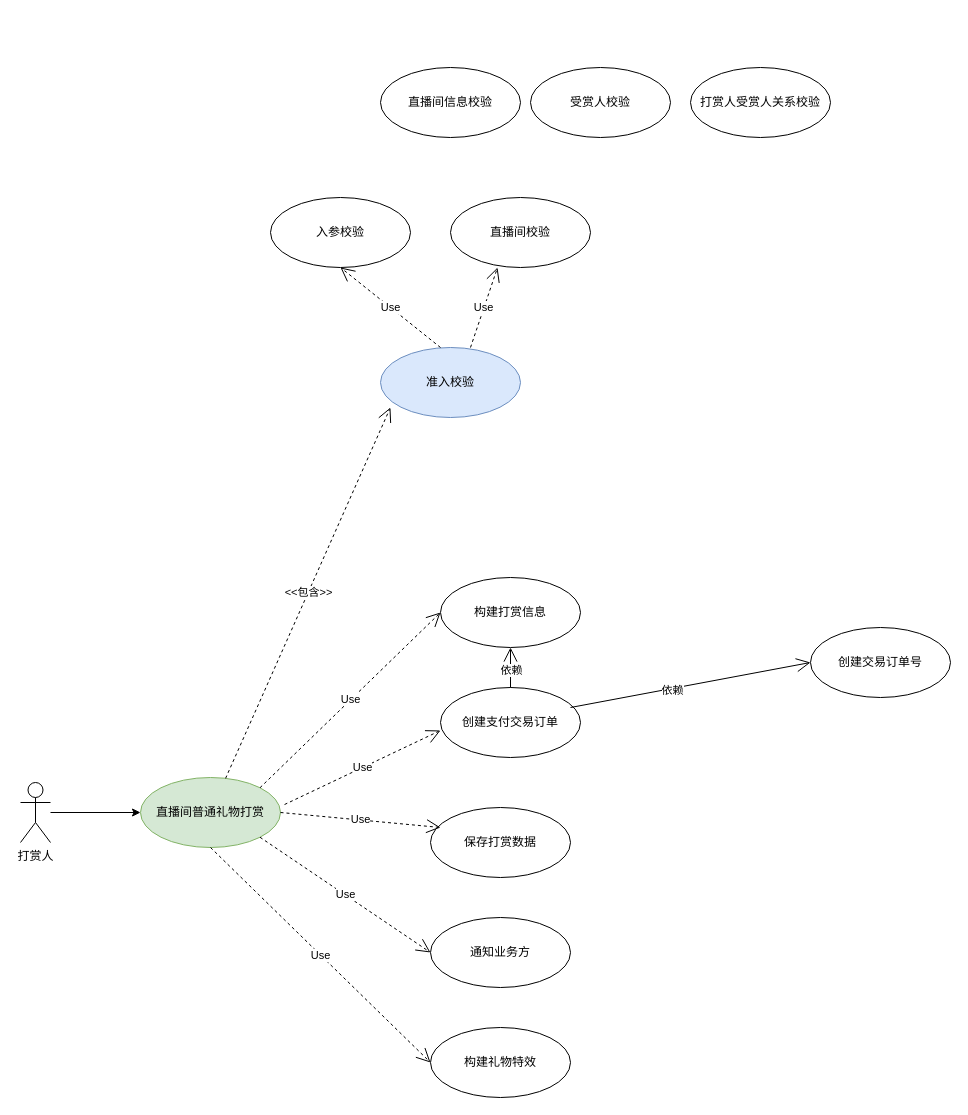
Before: reward_usecases.drawio in seuzxc/book, a draw.io diagram. Source tidied: cells renumbered, new cells numbered last; positions are measured from the earlier drawing's top-left corner, leaving out a move shared by most shapes. Both pictures are drawn from the tidied source at 100%, with x=0, y=0 at pixel (20, 67).
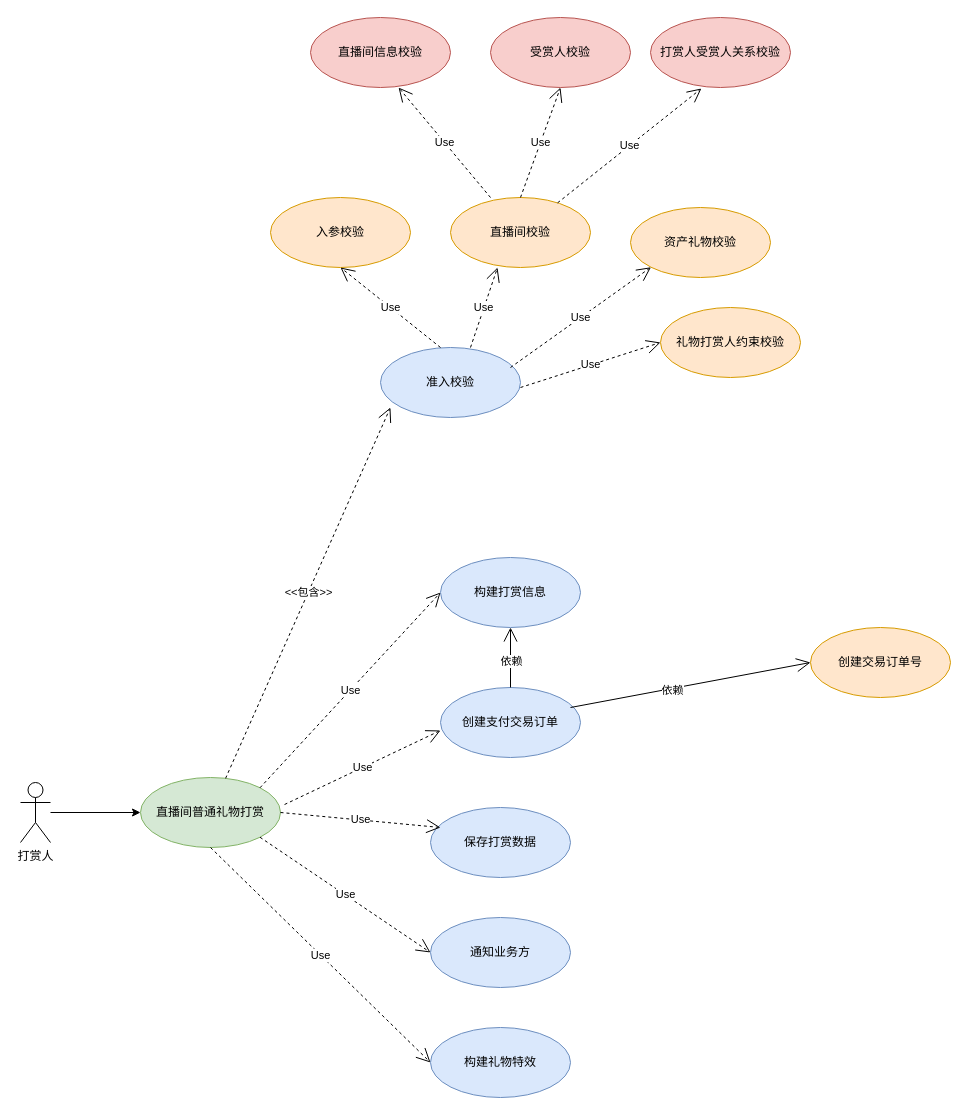
The same diagram, later.

Change to the diagram source:
```diff
@@
-    <mxCell id="7" value="构建打赏信息" style="ellipse;whiteSpace=wrap;html=1;" parent="1" vertex="1">
-      <mxGeometry x="420" y="510" width="140" height="70" as="geometry" />
+    <mxCell id="7" value="构建打赏信息" style="ellipse;whiteSpace=wrap;html=1;fillColor=#dae8fc;strokeColor=#6c8ebf;" parent="1" vertex="1">
+      <mxGeometry x="420" y="490" width="140" height="70" as="geometry" />
     </mxCell>
-    <mxCell id="8" value="创建支付交易订单" style="ellipse;whiteSpace=wrap;html=1;" parent="1" vertex="1">
+    <mxCell id="8" value="创建支付交易订单" style="ellipse;whiteSpace=wrap;html=1;fillColor=#dae8fc;strokeColor=#6c8ebf;" parent="1" vertex="1">
       <mxGeometry x="420" y="620" width="140" height="70" as="geometry" />
     </mxCell>
-    <mxCell id="9" value="保存打赏数据" style="ellipse;whiteSpace=wrap;html=1;" parent="1" vertex="1">
+    <mxCell id="9" value="保存打赏数据" style="ellipse;whiteSpace=wrap;html=1;fillColor=#dae8fc;strokeColor=#6c8ebf;" parent="1" vertex="1">
       <mxGeometry x="410" y="740" width="140" height="70" as="geometry" />
     </mxCell>
-    <mxCell id="10" value="构建礼物特效" style="ellipse;whiteSpace=wrap;html=1;" parent="1" vertex="1">
+    <mxCell id="10" value="构建礼物特效" style="ellipse;whiteSpace=wrap;html=1;fillColor=#dae8fc;strokeColor=#6c8ebf;" parent="1" vertex="1">
       <mxGeometry x="410" y="960" width="140" height="70" as="geometry" />
     </mxCell>
-    <mxCell id="11" value="通知业务方" style="ellipse;whiteSpace=wrap;html=1;" parent="1" vertex="1">
+    <mxCell id="11" value="通知业务方" style="ellipse;whiteSpace=wrap;html=1;fillColor=#dae8fc;strokeColor=#6c8ebf;" parent="1" vertex="1">
       <mxGeometry x="410" y="850" width="140" height="70" as="geometry" />
     </mxCell>
@@
-    <mxCell id="19" value="创建交易订单号" style="ellipse;whiteSpace=wrap;html=1;" parent="1" vertex="1">
+    <mxCell id="19" value="创建交易订单号" style="ellipse;whiteSpace=wrap;html=1;fillColor=#ffe6cc;strokeColor=#d79b00;" parent="1" vertex="1">
       <mxGeometry x="790" y="560" width="140" height="70" as="geometry" />
     </mxCell>
@@
-    <mxCell id="22" value="入参校验" style="ellipse;whiteSpace=wrap;html=1;" parent="1" vertex="1">
+    <mxCell id="22" value="入参校验" style="ellipse;whiteSpace=wrap;html=1;fillColor=#ffe6cc;strokeColor=#d79b00;" parent="1" vertex="1">
       <mxGeometry x="250" y="130" width="140" height="70" as="geometry" />
     </mxCell>
@@
-    <mxCell id="24" value="直播间校验" style="ellipse;whiteSpace=wrap;html=1;" parent="1" vertex="1">
+    <mxCell id="24" value="直播间校验" style="ellipse;whiteSpace=wrap;html=1;fillColor=#ffe6cc;strokeColor=#d79b00;" parent="1" vertex="1">
       <mxGeometry x="430" y="130" width="140" height="70" as="geometry" />
     </mxCell>
@@
-    <mxCell id="26" value="直播间信息校验" style="ellipse;whiteSpace=wrap;html=1;" parent="1" vertex="1">
-      <mxGeometry x="360" width="140" height="70" as="geometry" />
+    <mxCell id="26" value="直播间信息校验" style="ellipse;whiteSpace=wrap;html=1;fillColor=#f8cecc;strokeColor=#b85450;" parent="1" vertex="1">
+      <mxGeometry x="290" y="-50" width="140" height="70" as="geometry" />
     </mxCell>
-    <mxCell id="27" value="受赏人校验" style="ellipse;whiteSpace=wrap;html=1;" parent="1" vertex="1">
-      <mxGeometry x="510" width="140" height="70" as="geometry" />
+    <mxCell id="27" value="受赏人校验" style="ellipse;whiteSpace=wrap;html=1;fillColor=#f8cecc;strokeColor=#b85450;" parent="1" vertex="1">
+      <mxGeometry x="470" y="-50" width="140" height="70" as="geometry" />
     </mxCell>
-    <mxCell id="28" value="打赏人受赏人关系校验" style="ellipse;whiteSpace=wrap;html=1;" parent="1" vertex="1">
-      <mxGeometry x="670" width="140" height="70" as="geometry" />
+    <mxCell id="28" value="打赏人受赏人关系校验" style="ellipse;whiteSpace=wrap;html=1;fillColor=#f8cecc;strokeColor=#b85450;" parent="1" vertex="1">
+      <mxGeometry x="630" y="-50" width="140" height="70" as="geometry" />
     </mxCell>
+    <mxCell id="29" value="资产礼物校验" style="ellipse;whiteSpace=wrap;html=1;fillColor=#ffe6cc;strokeColor=#d79b00;" parent="1" vertex="1">
+      <mxGeometry x="610" y="140" width="140" height="70" as="geometry" />
+    </mxCell>
+    <mxCell id="30" value="礼物打赏人约束校验" style="ellipse;whiteSpace=wrap;html=1;fillColor=#ffe6cc;strokeColor=#d79b00;" parent="1" vertex="1">
+      <mxGeometry x="640" y="240" width="140" height="70" as="geometry" />
+    </mxCell>
+    <mxCell id="31" value="Use" style="endArrow=open;endSize=12;dashed=1;html=1;rounded=0;entryX=0;entryY=1;entryDx=0;entryDy=0;" parent="1" edge="1" target="29">
+      <mxGeometry relative="1" as="geometry">
+        <mxPoint x="490" y="300" as="sourcePoint" />
+      </mxGeometry>
+    </mxCell>
+    <mxCell id="32" value="Use" style="endArrow=open;endSize=12;dashed=1;html=1;rounded=0;entryX=0;entryY=0.5;entryDx=0;entryDy=0;" parent="1" edge="1" target="30">
+      <mxGeometry relative="1" as="geometry">
+        <mxPoint x="500" y="320" as="sourcePoint" />
+      </mxGeometry>
+    </mxCell>
+    <mxCell id="33" value="Use" style="endArrow=open;endSize=12;dashed=1;html=1;rounded=0;entryX=0.629;entryY=1;entryDx=0;entryDy=0;entryPerimeter=0;" parent="1" edge="1" target="26">
+      <mxGeometry relative="1" as="geometry">
+        <mxPoint x="470" y="130" as="sourcePoint" />
+      </mxGeometry>
+    </mxCell>
+    <mxCell id="34" value="Use" style="endArrow=open;endSize=12;dashed=1;html=1;rounded=0;entryX=0.5;entryY=1;entryDx=0;entryDy=0;exitX=0.5;exitY=0;exitDx=0;exitDy=0;" parent="1" edge="1" source="24" target="27">
+      <mxGeometry relative="1" as="geometry" />
+    </mxCell>
+    <mxCell id="35" value="Use" style="endArrow=open;endSize=12;dashed=1;html=1;rounded=0;entryX=0.364;entryY=1.014;entryDx=0;entryDy=0;entryPerimeter=0;" parent="1" edge="1" source="24" target="28">
+      <mxGeometry relative="1" as="geometry" />
+    </mxCell>
```
